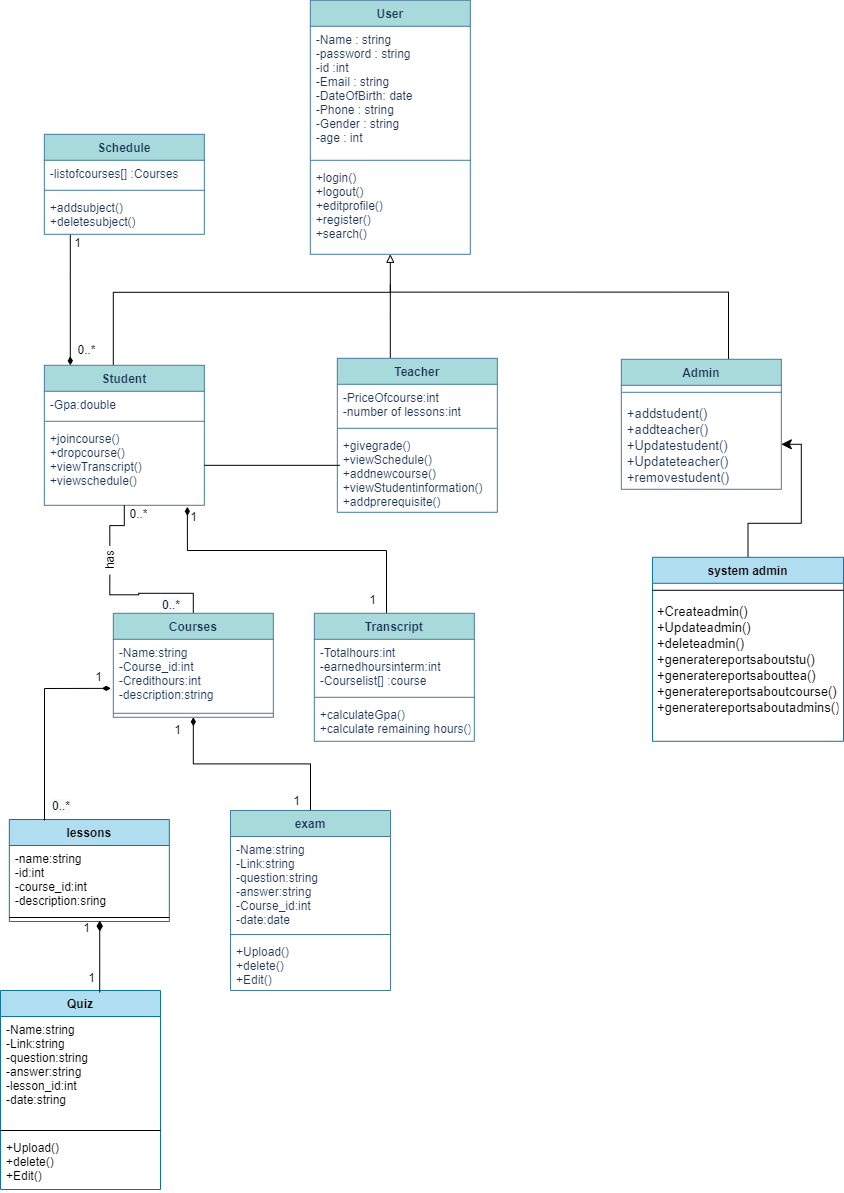
This is Design/Classes/class_diagram/class_diagram.png from Boodyahmedhamdy/Edume, a draw.io export, as it was before one commit. Source tidied: cells renumbered, new cells last; positions are measured from the earlier drawing's top-left corner, leaving out a move shared by most shapes.
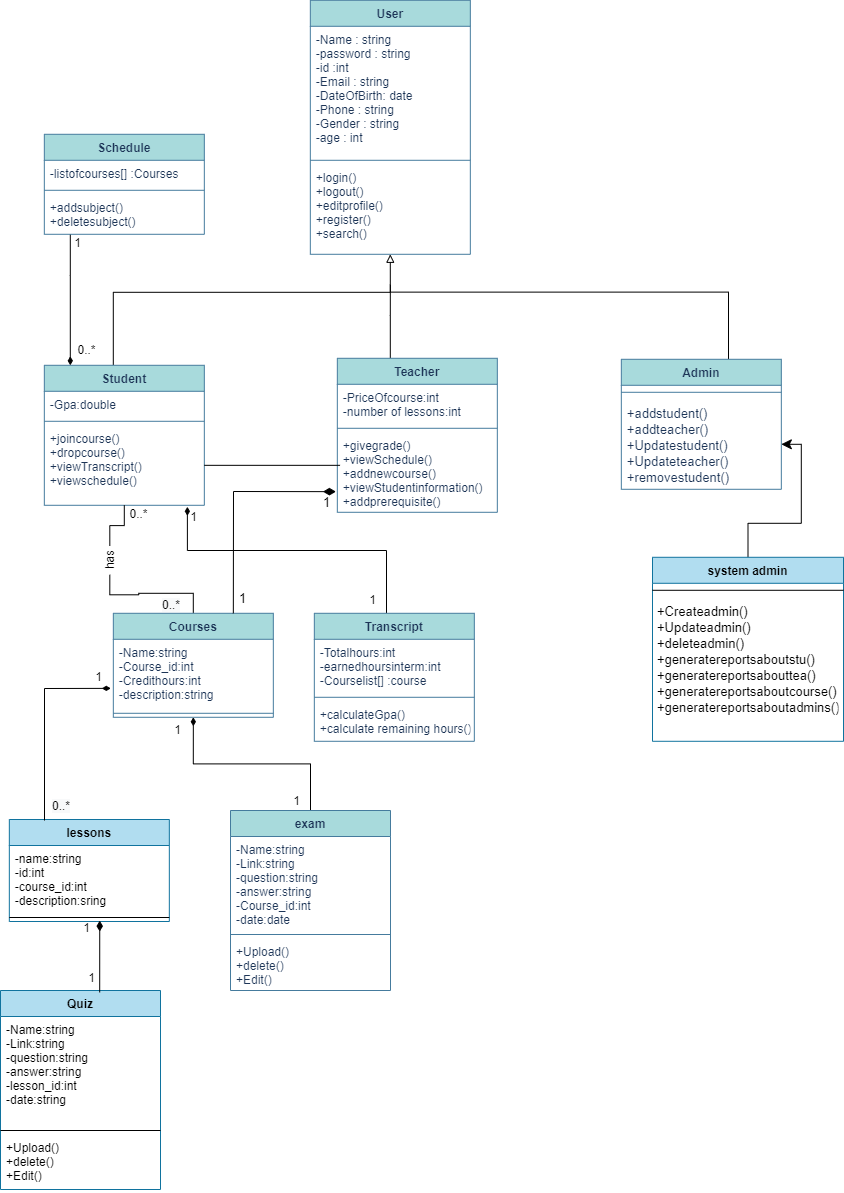
Later version of the same file.

Commit message:
new version from the same diagram

What changed in the source:
```diff
@@ -228,5 +228,18 @@
     <mxCell id="66" value="+Createadmin()&#10;+Updateadmin()&#10;+deleteadmin()&#10;+generatereportsaboutstu()&#10;+generatereportsabouttea()&#10;+generatereportsaboutcourse()&#10;+generatereportsaboutadmins()" style="text;strokeColor=none;fillColor=none;align=left;verticalAlign=top;spacingLeft=2;spacingRight=4;overflow=hidden;spacing=3;spacingBottom=3;spacingTop=-1;fontSize=13;" parent="64" vertex="1">
       <mxGeometry y="40" width="191" height="144" as="geometry" />
     </mxCell>
+    <mxCell id="67" style="endArrow=diamondThin;endFill=1;endSize=10;html=1;rounded=0;fontSize=13;entryX=-0.009;entryY=0.742;entryDx=0;entryDy=0;entryPerimeter=0;exitX=0.75;exitY=0;exitDx=0;exitDy=0;" parent="1" edge="1" source="26" target="16">
+      <mxGeometry relative="1" as="geometry">
+        <Array as="points">
+          <mxPoint x="233" y="491" />
+        </Array>
+      </mxGeometry>
+    </mxCell>
+    <mxCell id="68" value="1" style="text;html=1;align=center;verticalAlign=middle;strokeColor=none;fillColor=none;fontSize=13;" parent="1" vertex="1">
+      <mxGeometry x="317" y="492" width="17" height="20" as="geometry" />
+    </mxCell>
+    <mxCell id="69" value="1" style="text;html=1;align=center;verticalAlign=middle;strokeColor=none;fillColor=none;fontSize=13;" parent="1" vertex="1">
+      <mxGeometry x="233" y="588" width="17" height="20" as="geometry" />
+    </mxCell>
   </root>
 </mxGraphModel>
```
